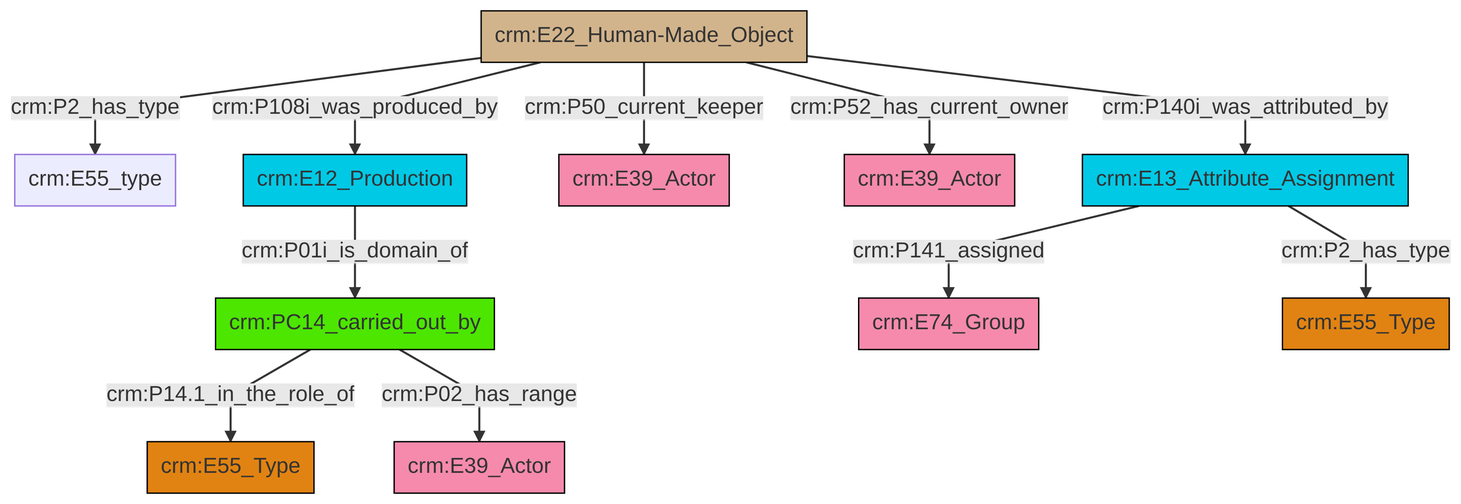
This is et/artworkCSV/ttl/mmd/png/Artwork_Actor_Relations.png from swiss-art-research-net/reference-data-models, a Mermaid export, as it was before one commit. Its source is kept beside it as et/artworkCSV/ttl/mmd/Artwork_Actor_Relations.ttl.mmd.
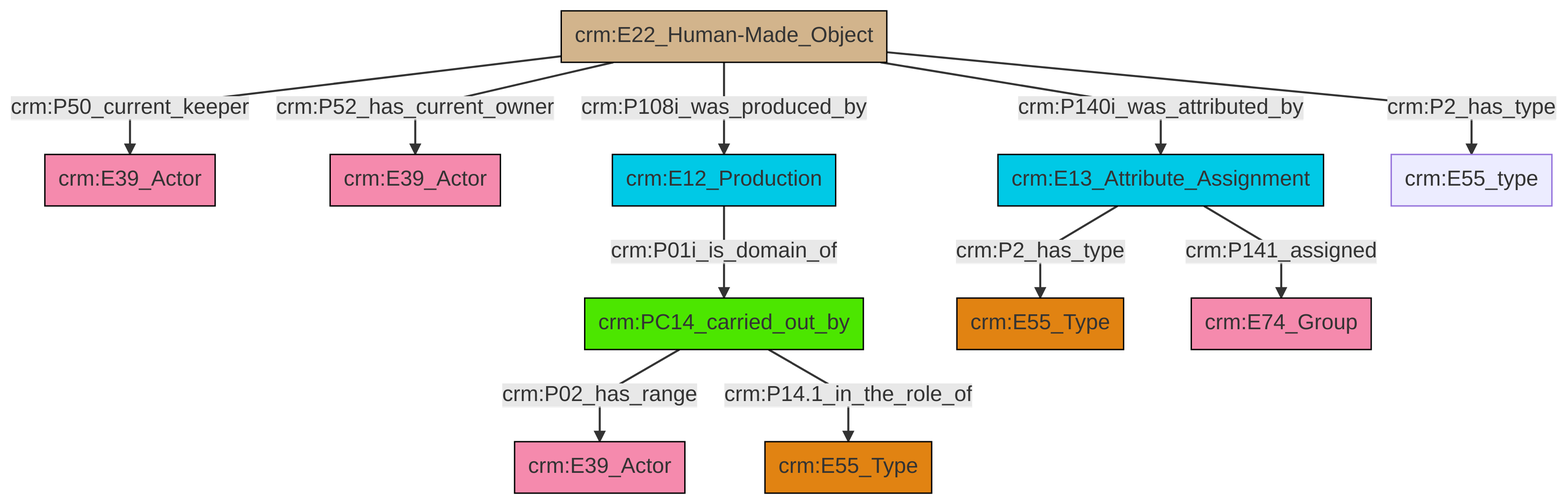
Later version of the same file.

Change to the diagram source:
```diff
@@ -13,13 +13,13 @@
 classDef PC_Classes fill:#4ce600, stroke:#000000;
 classDef Multi fill:#cccccc,stroke:#000000;
 
-0["crm:E22_Human-Made_Object"]:::Physical_Thing -->|crm:P2_has_type| 1["crm:E55_type"]:::Default
-0["crm:E22_Human-Made_Object"]:::Physical_Thing -->|crm:P108i_was_produced_by| 2["crm:E12_Production"]:::Temporal_Entity
-9["crm:E13_Attribute_Assignment"]:::Temporal_Entity -->|crm:P141_assigned| 10["crm:E74_Group"]:::Actor
-2["crm:E12_Production"]:::Temporal_Entity -->|crm:P01i_is_domain_of| 11["crm:PC14_carried_out_by"]:::PC_Classes
-11["crm:PC14_carried_out_by"]:::PC_Classes -->|crm:P14.1_in_the_role_of| 5["crm:E55_Type"]:::Type
-9["crm:E13_Attribute_Assignment"]:::Temporal_Entity -->|crm:P2_has_type| 12["crm:E55_Type"]:::Type
-0["crm:E22_Human-Made_Object"]:::Physical_Thing -->|crm:P50_current_keeper| 7["crm:E39_Actor"]:::Actor
-0["crm:E22_Human-Made_Object"]:::Physical_Thing -->|crm:P52_has_current_owner| 3["crm:E39_Actor"]:::Actor
-0["crm:E22_Human-Made_Object"]:::Physical_Thing -->|crm:P140i_was_attributed_by| 9["crm:E13_Attribute_Assignment"]:::Temporal_Entity
-11["crm:PC14_carried_out_by"]:::PC_Classes -->|crm:P02_has_range| 18["crm:E39_Actor"]:::Actor
+0["crm:E22_Human-Made_Object"]:::Physical_Thing -->|crm:P50_current_keeper| 1["crm:E39_Actor"]:::Actor
+4["crm:PC14_carried_out_by"]:::PC_Classes -->|crm:P02_has_range| 5["crm:E39_Actor"]:::Actor
+8["crm:E13_Attribute_Assignment"]:::Temporal_Entity -->|crm:P2_has_type| 2["crm:E55_Type"]:::Type
+0["crm:E22_Human-Made_Object"]:::Physical_Thing -->|crm:P52_has_current_owner| 6["crm:E39_Actor"]:::Actor
+0["crm:E22_Human-Made_Object"]:::Physical_Thing -->|crm:P108i_was_produced_by| 11["crm:E12_Production"]:::Temporal_Entity
+11["crm:E12_Production"]:::Temporal_Entity -->|crm:P01i_is_domain_of| 4["crm:PC14_carried_out_by"]:::PC_Classes
+0["crm:E22_Human-Made_Object"]:::Physical_Thing -->|crm:P140i_was_attributed_by| 8["crm:E13_Attribute_Assignment"]:::Temporal_Entity
+8["crm:E13_Attribute_Assignment"]:::Temporal_Entity -->|crm:P141_assigned| 13["crm:E74_Group"]:::Actor
+0["crm:E22_Human-Made_Object"]:::Physical_Thing -->|crm:P2_has_type| 16["crm:E55_type"]:::Default
+4["crm:PC14_carried_out_by"]:::PC_Classes -->|crm:P14.1_in_the_role_of| 20["crm:E55_Type"]:::Type
```
